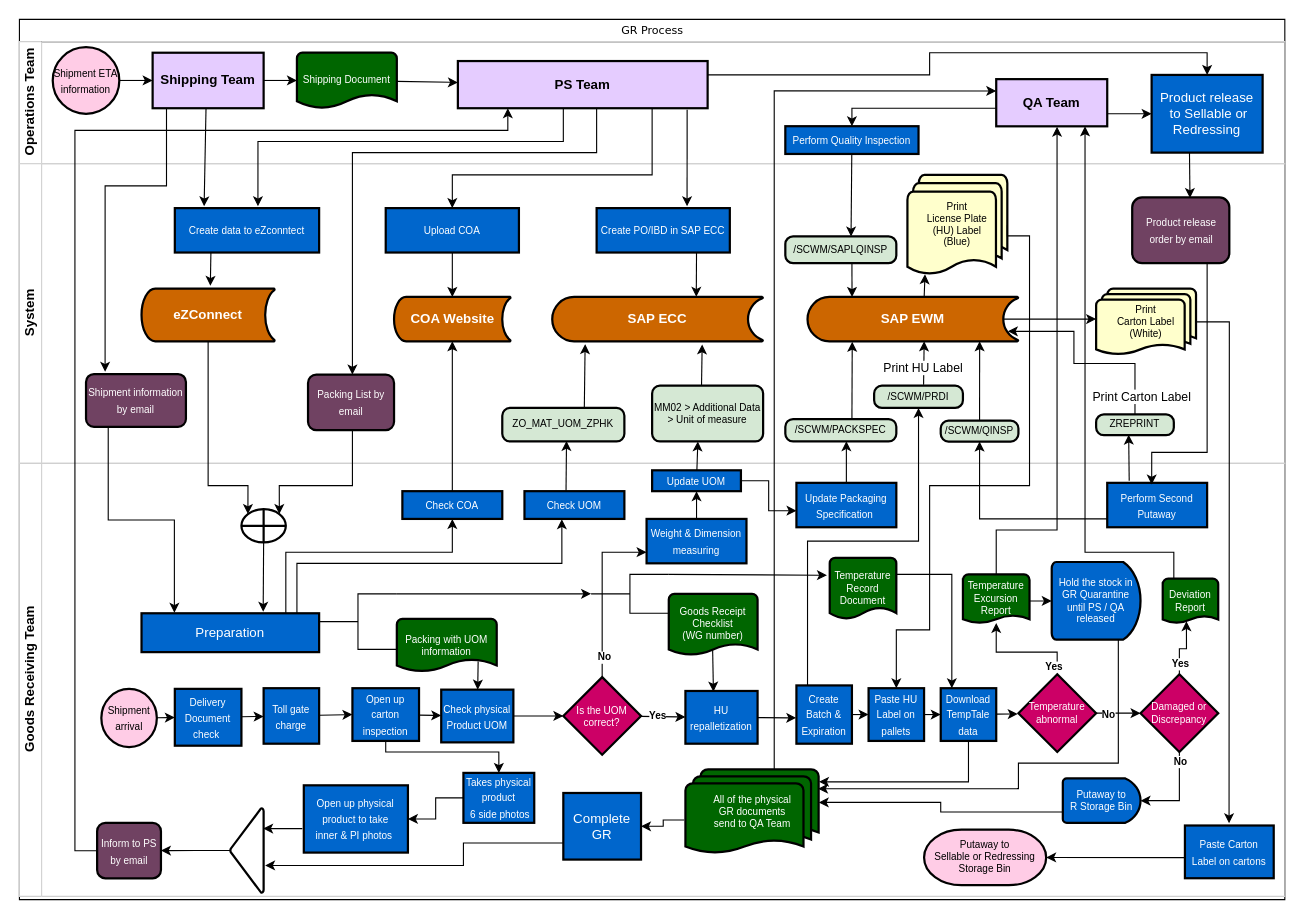
Earlier version of the draw.io diagram GR_Flowchart.drawio (chengkahohk/ZPHK_GR_workflow). Source tidied: cells renumbered, new cells numbered last; positions are measured from the earlier drawing's top-left corner, leaving out a move shared by most shapes. Both pictures are drawn from the tidied source at 111%, with x=0, y=0 at pixel (19, 19).
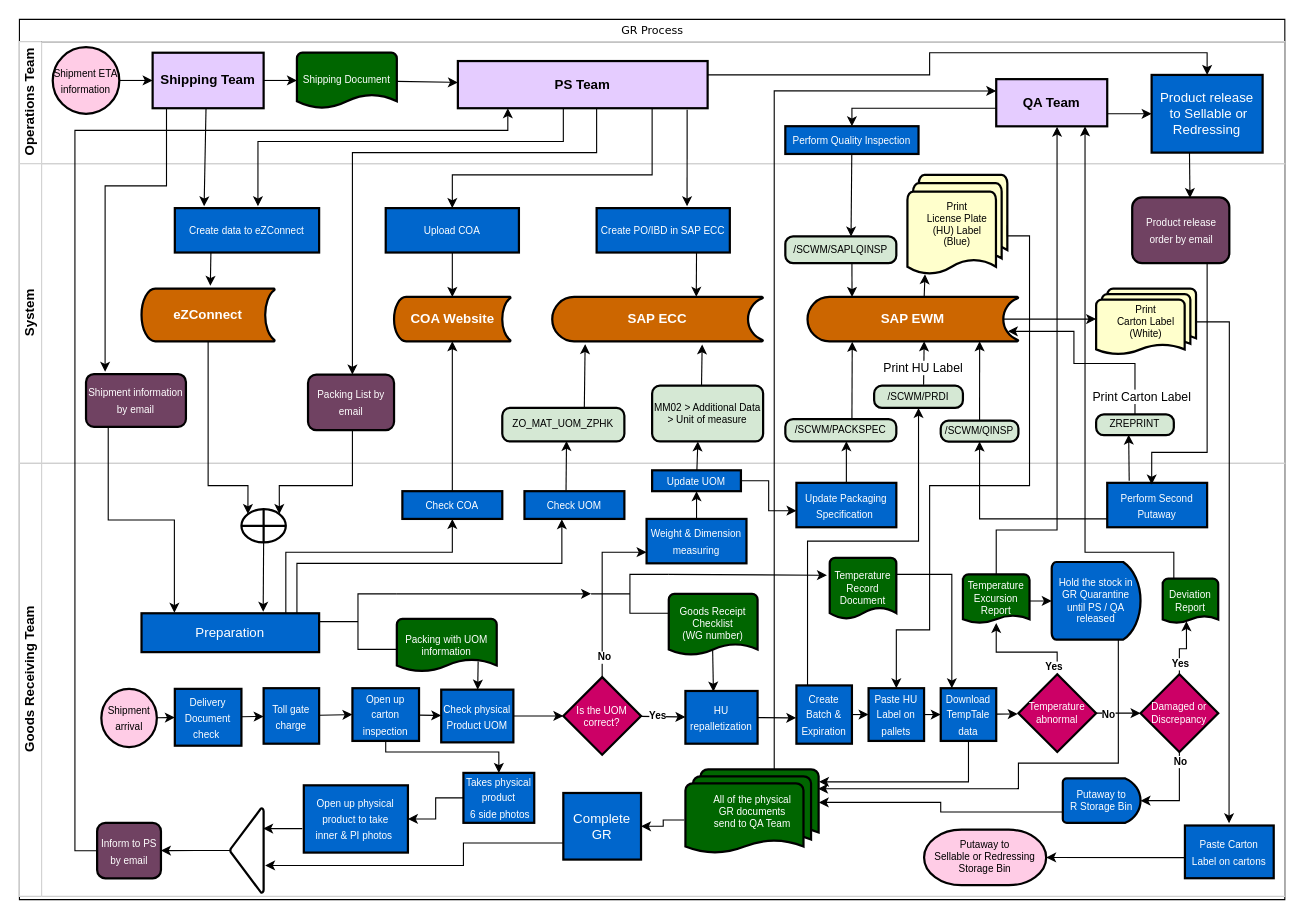
After the change.

The change refers to these unchanged cells:
```xml
<mxCell id="17" value="System" style="swimlane;html=1;startSize=20;horizontal=0;strokeColor=#D0D0D0;" parent="2" vertex="1">
  <mxGeometry y="130" width="1140" height="270" as="geometry" />
</mxCell>
```

Diff of the diagram source:
```diff
@@
-    <mxCell id="23" value="&lt;font style=&quot;font-size: 9px;&quot;&gt;Create data to eZconntect&lt;/font&gt;" style="whiteSpace=wrap;html=1;fillColor=#0066CC;fontColor=#FFFFFF;strokeWidth=2;" parent="17" vertex="1">
+    <mxCell id="23" value="&lt;font style=&quot;font-size: 9px;&quot;&gt;Create data to eZConnect&lt;/font&gt;" style="whiteSpace=wrap;html=1;fillColor=#0066CC;fontColor=#FFFFFF;strokeWidth=2;" parent="17" vertex="1">
       <mxGeometry x="140" y="40" width="130" height="40" as="geometry" />
     </mxCell>
```
